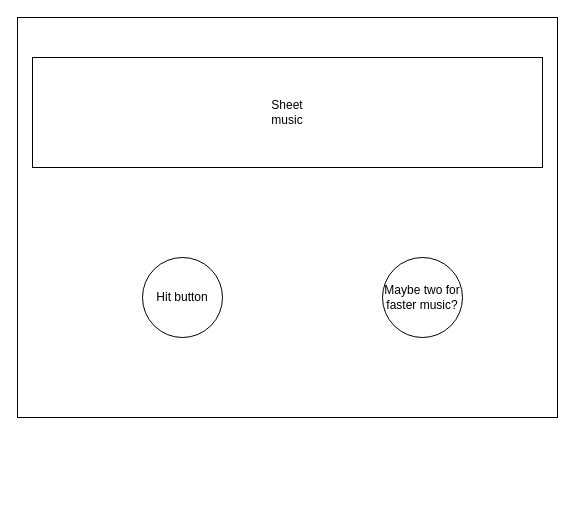
This is page "Page-2" (2 of 2) of RAG_UI (1).drawio from Machine-Translation/RAG, a draw.io file, before an edit. Source tidied: cells renumbered, new cells numbered last; positions are measured from the earlier drawing's top-left corner, leaving out a move shared by most shapes. Both pictures are drawn from the tidied source at 100%, with x=0, y=0 at pixel (17, 17).
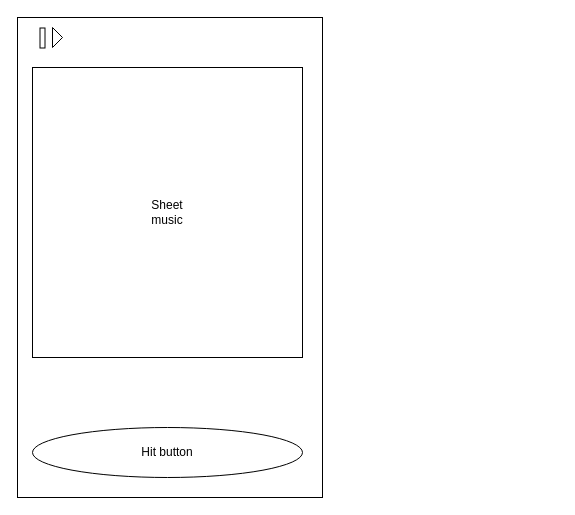
Above is the later version.

The edit, as a diff of the source:
```diff
@@
 <mxGraphModel>
   <root>
     <mxCell id="0" />
     <mxCell id="1" parent="0" />
     <mxCell id="2" style="rounded=0;whiteSpace=wrap;html=1;" parent="1" vertex="1">
-      <mxGeometry width="540" height="400" as="geometry" />
+      <mxGeometry width="305" height="480" as="geometry" />
     </mxCell>
     <mxCell id="3" style="rounded=0;whiteSpace=wrap;html=1;" parent="1" vertex="1">
-      <mxGeometry x="15" y="40" width="510" height="110" as="geometry" />
+      <mxGeometry x="15" y="50" width="270" height="290" as="geometry" />
     </mxCell>
     <mxCell id="4" value="Sheet music" style="text;html=1;strokeColor=none;fillColor=none;align=center;verticalAlign=middle;whiteSpace=wrap;rounded=0;" parent="1" vertex="1">
-      <mxGeometry x="250" y="85" width="40" height="20" as="geometry" />
+      <mxGeometry x="130" y="185" width="40" height="20" as="geometry" />
     </mxCell>
     <mxCell id="5" value="Hit button" style="ellipse;whiteSpace=wrap;html=1;" parent="1" vertex="1">
-      <mxGeometry x="125" y="240" width="80" height="80" as="geometry" />
+      <mxGeometry x="15" y="410" width="270" height="50" as="geometry" />
     </mxCell>
-    <mxCell id="6" value="Maybe two for faster music?" style="ellipse;whiteSpace=wrap;html=1;" parent="1" vertex="1">
-      <mxGeometry x="365" y="240" width="80" height="80" as="geometry" />
-    </mxCell>
+    <mxCell id="7" style="group;" parent="1" vertex="1">
+      <mxGeometry x="15" y="10" width="30" height="20" as="geometry" />
+    </mxCell>
+    <mxCell id="8" style="triangle;whiteSpace=wrap;html=1;" parent="7" vertex="1">
+      <mxGeometry x="20" width="10" height="20" as="geometry" />
+    </mxCell>
+    <mxCell id="9" style="rounded=0;whiteSpace=wrap;html=1;rotation=90;" parent="7" vertex="1">
+      <mxGeometry y="8" width="20" height="5" as="geometry" />
+    </mxCell>
   </root>
 </mxGraphModel>
```
